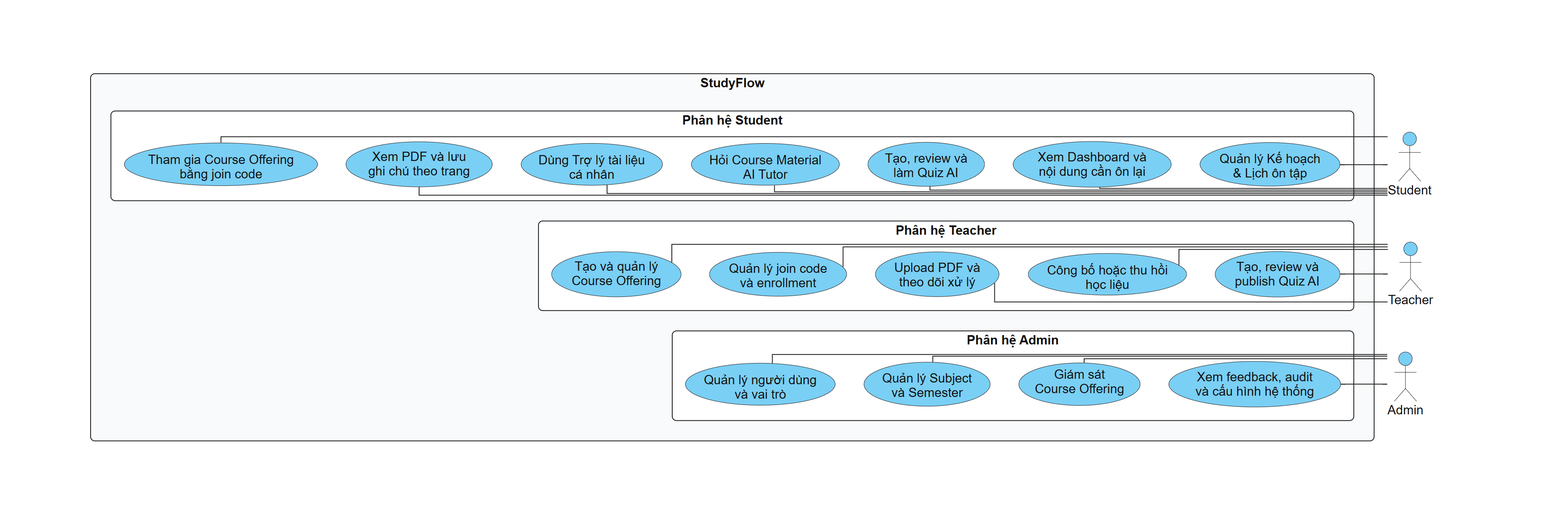
Above: docs/diagrams/chuong-2/use-case-01-tong-quat.png in bch7504/DATN (PlantUML), before the change. Its source is kept beside it as docs/diagrams/chuong-2/use-case-01-tong-quat.puml. Source of this version:
```plantuml
@startuml
skinparam defaultFontColor #111111
skinparam ArrowColor #222222
skinparam ActorBackgroundColor #7ACFF5
skinparam ActorBorderColor #222222
skinparam NoteBackgroundColor #FFF9D9
skinparam NoteBorderColor #555555
skinparam RectangleBackgroundColor white
skinparam RectangleBorderColor #222222
skinparam UsecaseBackgroundColor #7ACFF5
skinparam UsecaseBorderColor #222222
skinparam shadowing false
skinparam linetype ortho
skinparam backgroundColor white
skinparam defaultFontName Arial
skinparam defaultFontSize 15
skinparam packageStyle rectangle
skinparam roundcorner 10
skinparam nodesep 34
skinparam ranksep 42
top to bottom direction

actor Student
actor Teacher
actor Admin
Student -[hidden]down-> Teacher
Teacher -[hidden]down-> Admin

rectangle "StudyFlow" #F8FAFC {
  rectangle "Phân hệ Student" #FFFFFF {
    usecase "Tham gia Course Offering\nbằng join code" as S1
    usecase "Xem PDF và lưu\nghi chú theo trang" as S2
    usecase "Dùng Trợ lý tài liệu\ncá nhân" as S3
    usecase "Hỏi Course Material\nAI Tutor" as S4
    usecase "Tạo, review và\nlàm Quiz AI" as S5
    usecase "Xem Dashboard và\nnội dung cần ôn lại" as S6
    usecase "Quản lý Kế hoạch\n& Lịch ôn tập" as S7
    S1 -[hidden]right-> S2
    S2 -[hidden]right-> S3
    S3 -[hidden]right-> S4
    S4 -[hidden]right-> S5
    S5 -[hidden]right-> S6
    S6 -[hidden]right-> S7
  }

  rectangle "Phân hệ Teacher" #FFFFFF {
    usecase "Tạo và quản lý\nCourse Offering" as T1
    usecase "Quản lý join code\nvà enrollment" as T2
    usecase "Upload PDF và\ntheo dõi xử lý" as T3
    usecase "Công bố hoặc thu hồi\nhọc liệu" as T4
    usecase "Tạo, review và\npublish Quiz AI" as T5
    T1 -[hidden]right-> T2
    T2 -[hidden]right-> T3
    T3 -[hidden]right-> T4
    T4 -[hidden]right-> T5
  }

  rectangle "Phân hệ Admin" #FFFFFF {
    usecase "Quản lý người dùng\nvà vai trò" as A1
    usecase "Quản lý Subject\nvà Semester" as A2
    usecase "Giám sát\nCourse Offering" as A3
    usecase "Xem feedback, audit\nvà cấu hình hệ thống" as A4
    A1 -[hidden]right-> A2
    A2 -[hidden]right-> A3
    A3 -[hidden]right-> A4
  }

  S1 -[hidden]down-> T1
  T1 -[hidden]down-> A1
}

Student -right- S1
Student -right- S2
Student -right- S3
Student -right- S4
Student -right- S5
Student -right- S6
Student -right- S7

Teacher -right- T1
Teacher -right- T2
Teacher -right- T3
Teacher -right- T4
Teacher -right- T5

Admin -right- A1
Admin -right- A2
Admin -right- A3
Admin -right- A4
@enduml
```
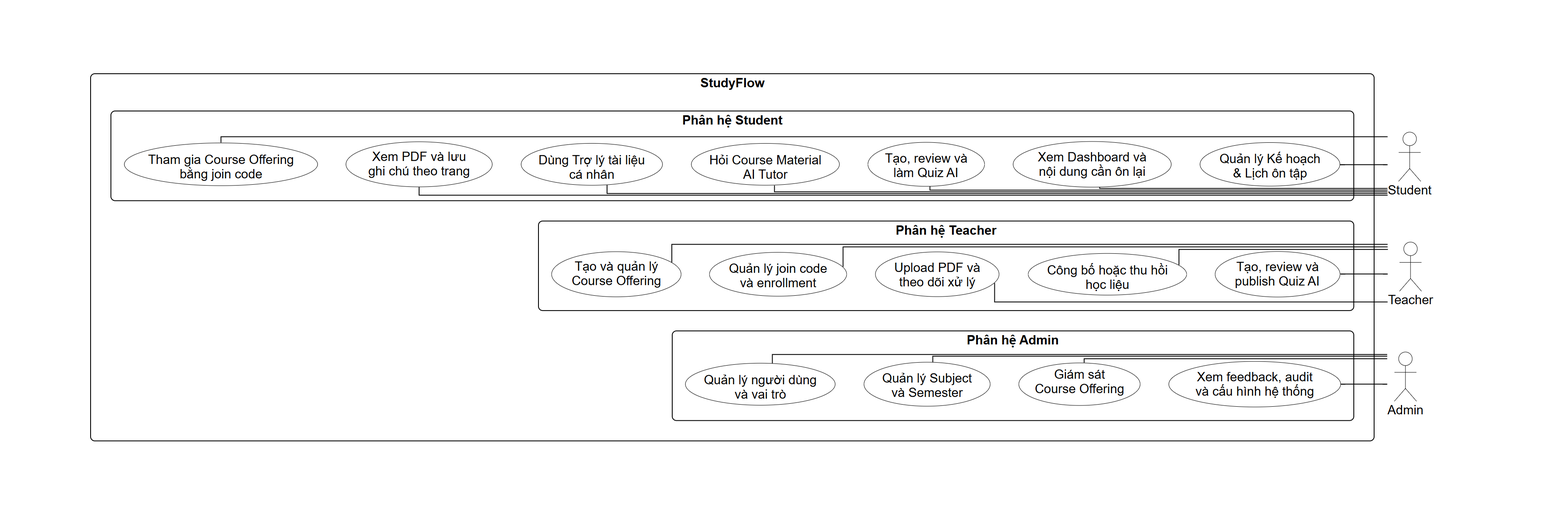
The same file after the commit.

What changed in the source:
```diff
@@ -1,14 +1,14 @@
 @startuml
-skinparam defaultFontColor #111111
-skinparam ArrowColor #222222
-skinparam ActorBackgroundColor #7ACFF5
-skinparam ActorBorderColor #222222
-skinparam NoteBackgroundColor #FFF9D9
-skinparam NoteBorderColor #555555
+skinparam defaultFontColor #000000
+skinparam ArrowColor #000000
+skinparam ActorBackgroundColor #FFFFFF
+skinparam ActorBorderColor #000000
+skinparam NoteBackgroundColor #FFFFFF
+skinparam NoteBorderColor #000000
 skinparam RectangleBackgroundColor white
-skinparam RectangleBorderColor #222222
-skinparam UsecaseBackgroundColor #7ACFF5
-skinparam UsecaseBorderColor #222222
+skinparam RectangleBorderColor #000000
+skinparam UsecaseBackgroundColor #FFFFFF
+skinparam UsecaseBorderColor #000000
 skinparam shadowing false
 skinparam linetype ortho
 skinparam backgroundColor white
@@ -26,7 +26,7 @@
 Student -[hidden]down-> Teacher
 Teacher -[hidden]down-> Admin
 
-rectangle "StudyFlow" #F8FAFC {
+rectangle "StudyFlow" #FFFFFF {
   rectangle "Phân hệ Student" #FFFFFF {
     usecase "Tham gia Course Offering\nbằng join code" as S1
     usecase "Xem PDF và lưu\nghi chú theo trang" as S2
```
